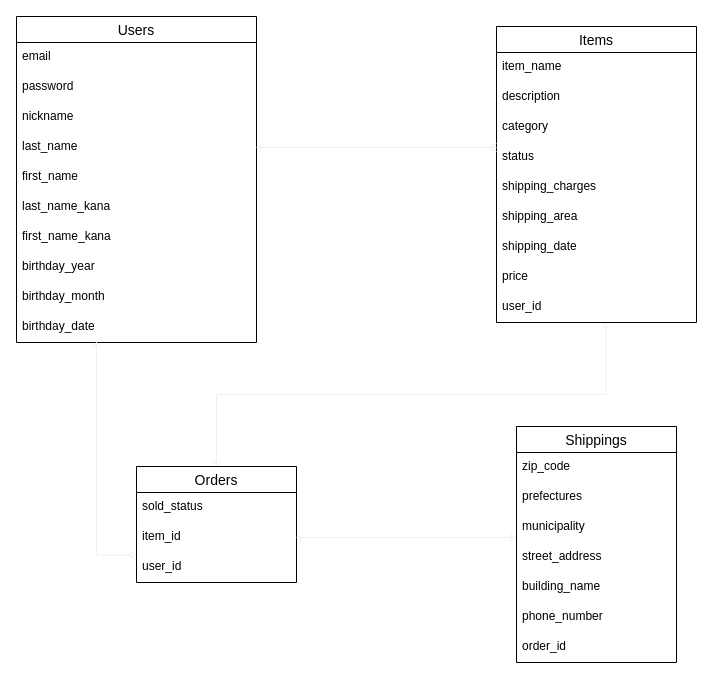
Above: data_base_er.dio in nornia7/furima-35147 (draw.io), before the change. Source tidied: cells renumbered, new cells numbered last; positions are measured from the earlier drawing's top-left corner, leaving out a move shared by most shapes. Both pictures are drawn from the tidied source at 100%, with x=0, y=0 at pixel (16, 16).
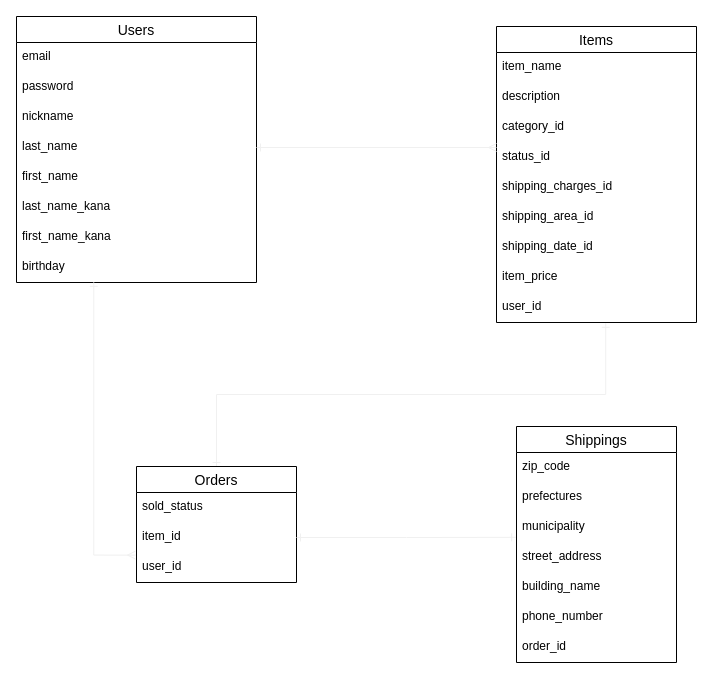
Above is the later version.

Commit message (it also covers changes not shown here):
データベース設計 修正

The change refers to these unchanged cells:
```xml
<mxCell id="13" value="Items" style="swimlane;fontStyle=0;horizontal=1;startSize=26;align=center;fontSize=14;" parent="1" vertex="1">
  <mxGeometry x="480" y="10" width="200" height="296" as="geometry" />
</mxCell>
<mxCell id="26" value="item_id" style="text;strokeColor=none;fillColor=none;spacingLeft=4;spacingRight=4;overflow=hidden;points=[[0,0.5],[1,0.5]];portConstraint=eastwest;fontSize=12;" parent="24" vertex="1">
  <mxGeometry y="56" width="160" height="30" as="geometry" />
</mxCell>
```

The edit, as a diff of the source:
```diff
@@
     <mxCell id="2" value="Users" style="swimlane;fontStyle=0;horizontal=1;startSize=26;align=center;fontSize=14;" parent="1" vertex="1">
-      <mxGeometry width="240" height="326" as="geometry" />
+      <mxGeometry width="240" height="266" as="geometry" />
     </mxCell>
@@
-    <mxCell id="10" value="birthday_year" style="text;strokeColor=none;fillColor=none;spacingLeft=4;spacingRight=4;overflow=hidden;points=[[0,0.5],[1,0.5]];portConstraint=eastwest;fontSize=12;" parent="2" vertex="1">
+    <mxCell id="10" value="birthday" style="text;strokeColor=none;fillColor=none;spacingLeft=4;spacingRight=4;overflow=hidden;points=[[0,0.5],[1,0.5]];portConstraint=eastwest;fontSize=12;" parent="2" vertex="1">
       <mxGeometry y="236" width="240" height="30" as="geometry" />
     </mxCell>
-    <mxCell id="11" value="birthday_month" style="text;strokeColor=none;fillColor=none;spacingLeft=4;spacingRight=4;overflow=hidden;fontSize=12;" parent="2" vertex="1">
-      <mxGeometry y="266" width="240" height="30" as="geometry" />
-    </mxCell>
-    <mxCell id="12" value="birthday_date" style="text;strokeColor=none;fillColor=none;spacingLeft=4;spacingRight=4;overflow=hidden;points=[[0,0.5],[1,0.5]];portConstraint=eastwest;fontSize=12;" parent="2" vertex="1">
-      <mxGeometry y="296" width="240" height="30" as="geometry" />
-    </mxCell>
@@
-    <mxCell id="16" value="category" style="text;strokeColor=none;fillColor=none;spacingLeft=4;spacingRight=4;overflow=hidden;fontSize=12;" parent="13" vertex="1">
+    <mxCell id="16" value="category_id" style="text;strokeColor=none;fillColor=none;spacingLeft=4;spacingRight=4;overflow=hidden;fontSize=12;" parent="13" vertex="1">
       <mxGeometry y="86" width="200" height="30" as="geometry" />
     </mxCell>
-    <mxCell id="17" value="status" style="text;strokeColor=none;fillColor=none;spacingLeft=4;spacingRight=4;overflow=hidden;points=[[0,0.5],[1,0.5]];portConstraint=eastwest;fontSize=12;" parent="13" vertex="1">
+    <mxCell id="17" value="status_id" style="text;strokeColor=none;fillColor=none;spacingLeft=4;spacingRight=4;overflow=hidden;points=[[0,0.5],[1,0.5]];portConstraint=eastwest;fontSize=12;" parent="13" vertex="1">
       <mxGeometry y="116" width="200" height="30" as="geometry" />
     </mxCell>
-    <mxCell id="18" value="shipping_charges" style="text;strokeColor=none;fillColor=none;spacingLeft=4;spacingRight=4;overflow=hidden;fontSize=12;" parent="13" vertex="1">
+    <mxCell id="18" value="shipping_charges_id" style="text;strokeColor=none;fillColor=none;spacingLeft=4;spacingRight=4;overflow=hidden;fontSize=12;" parent="13" vertex="1">
       <mxGeometry y="146" width="200" height="30" as="geometry" />
     </mxCell>
-    <mxCell id="19" value="shipping_area" style="text;strokeColor=none;fillColor=none;spacingLeft=4;spacingRight=4;overflow=hidden;fontSize=12;" parent="13" vertex="1">
+    <mxCell id="19" value="shipping_area_id" style="text;strokeColor=none;fillColor=none;spacingLeft=4;spacingRight=4;overflow=hidden;fontSize=12;" parent="13" vertex="1">
       <mxGeometry y="176" width="200" height="30" as="geometry" />
     </mxCell>
-    <mxCell id="20" value="shipping_date" style="text;strokeColor=none;fillColor=none;spacingLeft=4;spacingRight=4;overflow=hidden;fontSize=12;" parent="13" vertex="1">
+    <mxCell id="20" value="shipping_date_id" style="text;strokeColor=none;fillColor=none;spacingLeft=4;spacingRight=4;overflow=hidden;fontSize=12;" parent="13" vertex="1">
       <mxGeometry y="206" width="200" height="30" as="geometry" />
     </mxCell>
-    <mxCell id="21" value="price" style="text;strokeColor=none;fillColor=none;spacingLeft=4;spacingRight=4;overflow=hidden;fontSize=12;" parent="13" vertex="1">
+    <mxCell id="21" value="item_price" style="text;strokeColor=none;fillColor=none;spacingLeft=4;spacingRight=4;overflow=hidden;fontSize=12;" parent="13" vertex="1">
       <mxGeometry y="236" width="200" height="30" as="geometry" />
     </mxCell>
@@
-    <mxCell id="28" style="edgeStyle=orthogonalEdgeStyle;rounded=0;jettySize=auto;html=1;startArrow=ERone;startFill=0;endArrow=ERmany;endFill=0;strokeColor=#f0f0f0;strokeWidth=1;entryX=-0.006;entryY=1.087;entryDx=0;entryDy=0;entryPerimeter=0;exitX=0.333;exitY=0.973;exitDx=0;exitDy=0;exitPerimeter=0;" parent="1" edge="1" source="12" target="26">
+    <mxCell id="28" style="edgeStyle=orthogonalEdgeStyle;rounded=0;jettySize=auto;html=1;startArrow=ERone;startFill=0;endArrow=ERmany;endFill=0;strokeColor=#f0f0f0;strokeWidth=1;entryX=-0.006;entryY=1.087;entryDx=0;entryDy=0;entryPerimeter=0;exitX=0.322;exitY=0.993;exitDx=0;exitDy=0;exitPerimeter=0;" parent="1" edge="1" source="10" target="26">
       <mxGeometry relative="1" as="geometry" />
     </mxCell>
```
